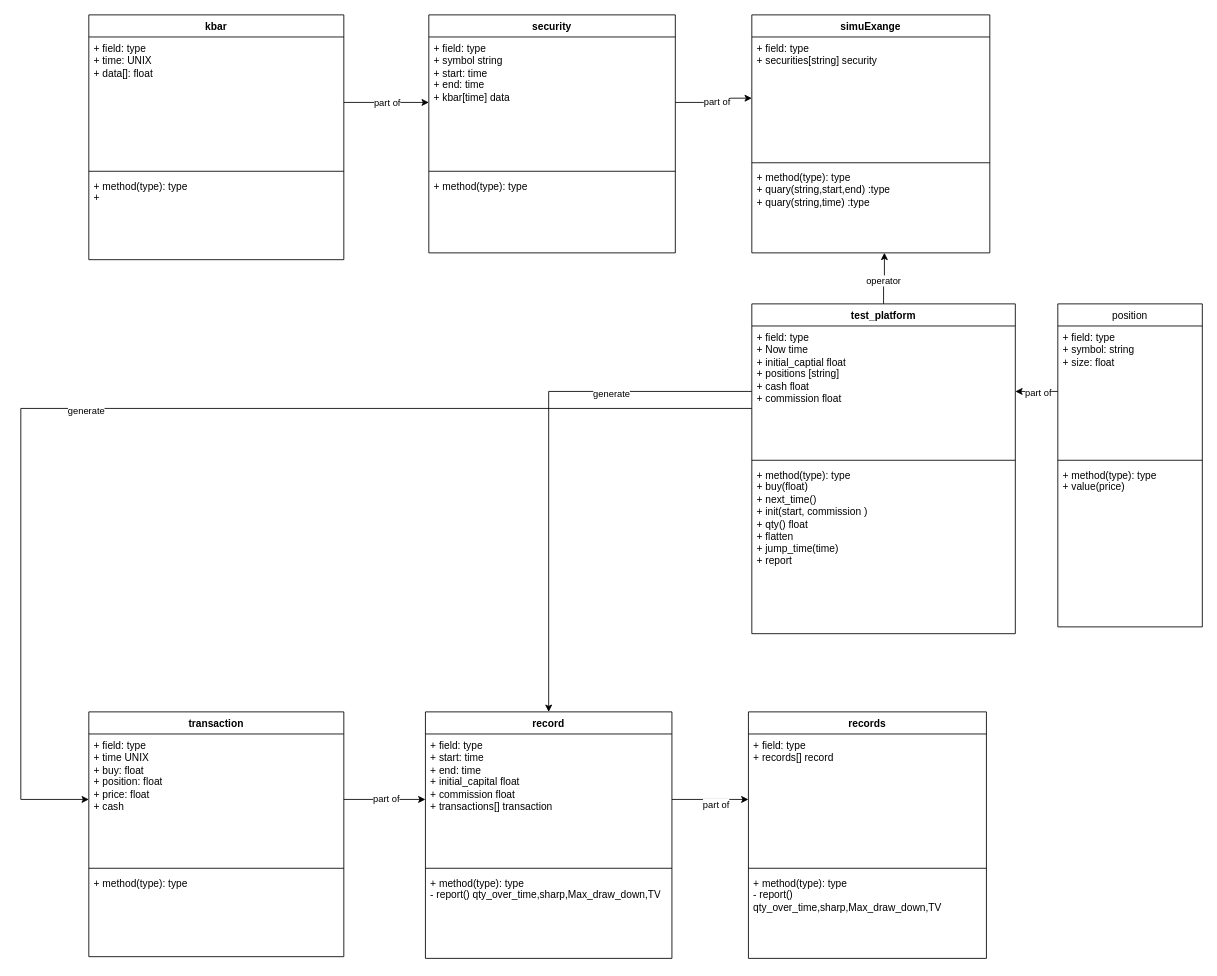
This is FinTechML/Library/ObjectUML.drawio from penguin72487/tradebot, a draw.io file, before an edit. Source tidied: cells renumbered, new cells numbered last; positions are measured from the earlier drawing's top-left corner, leaving out a move shared by most shapes. Both pictures are drawn from the tidied source at 85%, with x=0, y=0 at pixel (20, 14).
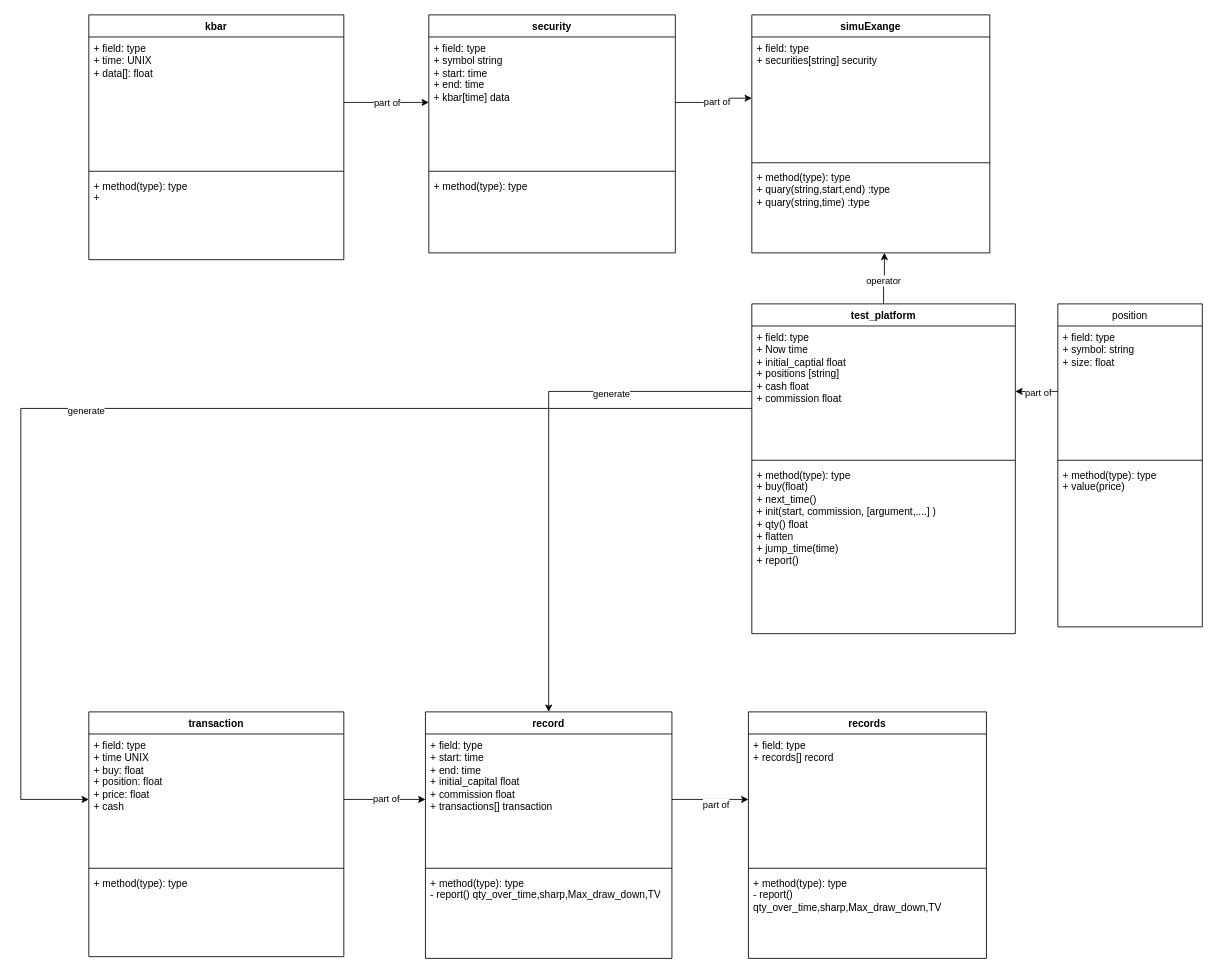
The same page after the edit.

The change refers to these unchanged cells:
```xml
<mxCell id="26" value="test_platform" style="swimlane;fontStyle=1;align=center;verticalAlign=top;horizontal=1;startSize=26;whiteSpace=wrap;html=1;" parent="1" vertex="1">
  <mxGeometry x="860" y="340" width="310" height="388" as="geometry" />
</mxCell>
```

Change to the diagram source:
```diff
@@
-    <mxCell id="29" value="+ method(type): type&lt;div&gt;+ b&lt;span style=&quot;background-color: transparent; color: light-dark(rgb(0, 0, 0), rgb(255, 255, 255));&quot;&gt;uy(float)&lt;/span&gt;&lt;/div&gt;&lt;div&gt;&lt;span style=&quot;background-color: transparent; color: light-dark(rgb(0, 0, 0), rgb(255, 255, 255));&quot;&gt;+ next_time()&lt;/span&gt;&lt;/div&gt;&lt;div&gt;&lt;span style=&quot;background-color: transparent; color: light-dark(rgb(0, 0, 0), rgb(255, 255, 255));&quot;&gt;+ init(start,&amp;nbsp;&lt;/span&gt;&lt;span style=&quot;background-color: transparent; color: light-dark(rgb(0, 0, 0), rgb(255, 255, 255));&quot;&gt;commission&lt;/span&gt;&lt;span style=&quot;background-color: transparent; color: light-dark(rgb(0, 0, 0), rgb(255, 255, 255));&quot;&gt;&amp;nbsp;)&lt;/span&gt;&lt;/div&gt;&lt;div&gt;&lt;span style=&quot;background-color: transparent; color: light-dark(rgb(0, 0, 0), rgb(255, 255, 255));&quot;&gt;+ qty() float&amp;nbsp;&lt;/span&gt;&lt;/div&gt;&lt;div&gt;&lt;span style=&quot;background-color: transparent; color: light-dark(rgb(0, 0, 0), rgb(255, 255, 255));&quot;&gt;+ flatten&lt;/span&gt;&lt;/div&gt;&lt;div&gt;&lt;span style=&quot;background-color: transparent; color: light-dark(rgb(0, 0, 0), rgb(255, 255, 255));&quot;&gt;+ jump_time(time)&lt;/span&gt;&lt;/div&gt;&lt;div&gt;&lt;span style=&quot;background-color: transparent; color: light-dark(rgb(0, 0, 0), rgb(255, 255, 255));&quot;&gt;+ report&lt;/span&gt;&lt;/div&gt;" style="text;strokeColor=none;fillColor=none;align=left;verticalAlign=top;spacingLeft=4;spacingRight=4;overflow=hidden;whiteSpace=wrap;html=1;" parent="26" vertex="1">
+    <mxCell id="29" value="+ method(type): type&lt;div&gt;+ b&lt;span style=&quot;background-color: transparent; color: light-dark(rgb(0, 0, 0), rgb(255, 255, 255));&quot;&gt;uy(float)&lt;/span&gt;&lt;/div&gt;&lt;div&gt;&lt;span style=&quot;background-color: transparent; color: light-dark(rgb(0, 0, 0), rgb(255, 255, 255));&quot;&gt;+ next_time()&lt;/span&gt;&lt;/div&gt;&lt;div&gt;&lt;span style=&quot;background-color: transparent; color: light-dark(rgb(0, 0, 0), rgb(255, 255, 255));&quot;&gt;+ init(start,&amp;nbsp;&lt;/span&gt;&lt;span style=&quot;background-color: transparent; color: light-dark(rgb(0, 0, 0), rgb(255, 255, 255));&quot;&gt;commission, [argument,....]&lt;/span&gt;&lt;span style=&quot;background-color: transparent; color: light-dark(rgb(0, 0, 0), rgb(255, 255, 255));&quot;&gt;&amp;nbsp;)&lt;/span&gt;&lt;/div&gt;&lt;div&gt;&lt;span style=&quot;background-color: transparent; color: light-dark(rgb(0, 0, 0), rgb(255, 255, 255));&quot;&gt;+ qty() float&amp;nbsp;&lt;/span&gt;&lt;/div&gt;&lt;div&gt;&lt;span style=&quot;background-color: transparent; color: light-dark(rgb(0, 0, 0), rgb(255, 255, 255));&quot;&gt;+ flatten&lt;/span&gt;&lt;/div&gt;&lt;div&gt;&lt;span style=&quot;background-color: transparent; color: light-dark(rgb(0, 0, 0), rgb(255, 255, 255));&quot;&gt;+ jump_time(time)&lt;/span&gt;&lt;/div&gt;&lt;div&gt;&lt;span style=&quot;background-color: transparent; color: light-dark(rgb(0, 0, 0), rgb(255, 255, 255));&quot;&gt;+ report()&lt;/span&gt;&lt;/div&gt;" style="text;strokeColor=none;fillColor=none;align=left;verticalAlign=top;spacingLeft=4;spacingRight=4;overflow=hidden;whiteSpace=wrap;html=1;" parent="26" vertex="1">
       <mxGeometry y="188" width="310" height="200" as="geometry" />
     </mxCell>
```
